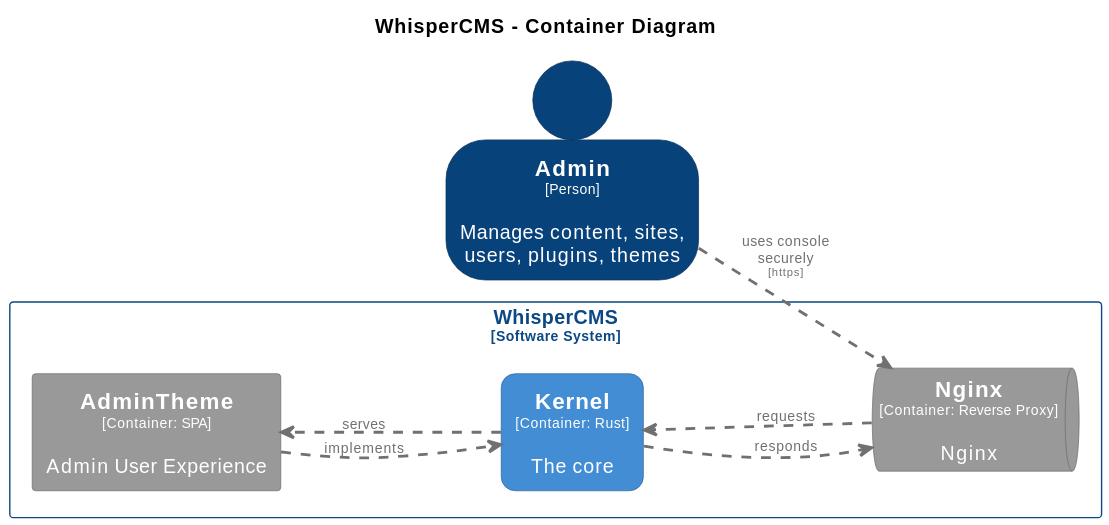
Above: docs/diagrams/structurizr-WhisperCMS-Containers.svg in CoderByBlood/whisper-cms (PlantUML), before the change.
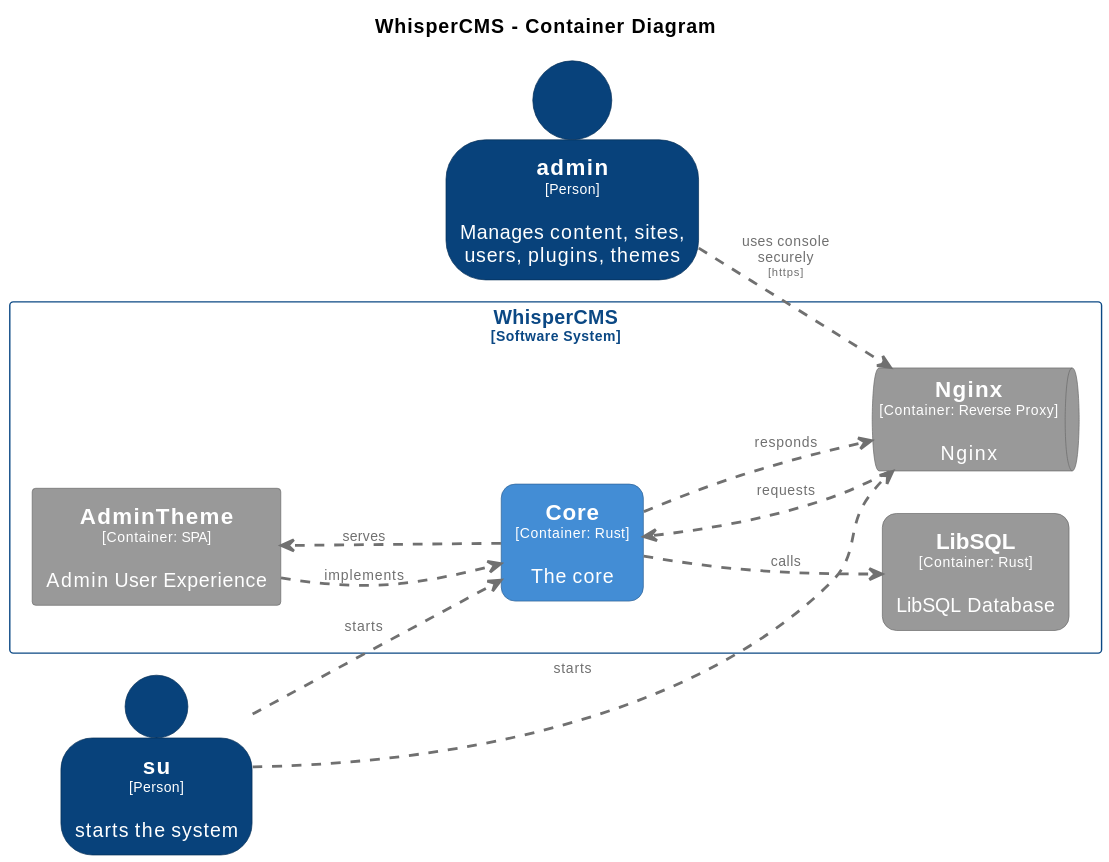
The same file after the commit.

What changed in the source:
```diff
@@ -15,22 +15,23 @@
 
 hide stereotype
 
-skinparam person<<Admin>> {
-  BackgroundColor #08427b
-  FontColor #ffffff
-  BorderColor #052e56
-  shadowing false
-}
 skinparam rectangle<<WhisperCMS.AdminTheme>> {
   BackgroundColor #999999
   FontColor #ffffff
   BorderColor #6b6b6b
   shadowing false
 }
-skinparam rectangle<<WhisperCMS.Kernel>> {
+skinparam rectangle<<WhisperCMS.Core>> {
   BackgroundColor #438dd5
   FontColor #ffffff
   BorderColor #2e6295
+  roundCorner 20
+  shadowing false
+}
+skinparam rectangle<<WhisperCMS.LibSQL>> {
+  BackgroundColor #999999
+  FontColor #ffffff
+  BorderColor #6b6b6b
   roundCorner 20
   shadowing false
 }
@@ -40,23 +41,40 @@
   BorderColor #6b6b6b
   shadowing false
 }
+skinparam person<<admin>> {
+  BackgroundColor #08427b
+  FontColor #ffffff
+  BorderColor #052e56
+  shadowing false
+}
+skinparam person<<su>> {
+  BackgroundColor #08427b
+  FontColor #ffffff
+  BorderColor #052e56
+  shadowing false
+}
 skinparam rectangle<<WhisperCMS>> {
   BorderColor #0b4884
   FontColor #0b4884
   shadowing false
 }
 
-person "==Admin\n<size:10>[Person]</size>\n\nManages content, sites, users, plugins, themes" <<Admin>> as Admin
+person "==admin\n<size:10>[Person]</size>\n\nManages content, sites, users, plugins, themes" <<admin>> as admin
+person "==su\n<size:10>[Person]</size>\n\nstarts the system" <<su>> as su
 
 rectangle "WhisperCMS\n<size:10>[Software System]</size>" <<WhisperCMS>> {
   rectangle "==AdminTheme\n<size:10>[Container: SPA]</size>\n\nAdmin User Experience" <<WhisperCMS.AdminTheme>> as WhisperCMS.AdminTheme
   queue "==Nginx\n<size:10>[Container: Reverse Proxy]</size>\n\nNginx" <<WhisperCMS.Nginx>> as WhisperCMS.Nginx
-  rectangle "==Kernel\n<size:10>[Container: Rust]</size>\n\nThe core" <<WhisperCMS.Kernel>> as WhisperCMS.Kernel
+  rectangle "==Core\n<size:10>[Container: Rust]</size>\n\nThe core" <<WhisperCMS.Core>> as WhisperCMS.Core
+  rectangle "==LibSQL\n<size:10>[Container: Rust]</size>\n\nLibSQL Database" <<WhisperCMS.LibSQL>> as WhisperCMS.LibSQL
 }
 
-WhisperCMS.AdminTheme .[#707070,thickness=2].> WhisperCMS.Kernel : "<color:#707070>implements"
-WhisperCMS.Kernel .[#707070,thickness=2].> WhisperCMS.AdminTheme : "<color:#707070>serves"
-Admin .[#707070,thickness=2].> WhisperCMS.Nginx : "<color:#707070>uses console securely\n<color:#707070><size:8>[https]</size>"
-WhisperCMS.Nginx .[#707070,thickness=2].> WhisperCMS.Kernel : "<color:#707070>requests"
-WhisperCMS.Kernel .[#707070,thickness=2].> WhisperCMS.Nginx : "<color:#707070>responds"
+su .[#707070,thickness=2].> WhisperCMS.Core : "<color:#707070>starts"
+WhisperCMS.AdminTheme .[#707070,thickness=2].> WhisperCMS.Core : "<color:#707070>implements"
+WhisperCMS.Core .[#707070,thickness=2].> WhisperCMS.AdminTheme : "<color:#707070>serves"
+su .[#707070,thickness=2].> WhisperCMS.Nginx : "<color:#707070>starts"
+admin .[#707070,thickness=2].> WhisperCMS.Nginx : "<color:#707070>uses console securely\n<color:#707070><size:8>[https]</size>"
+WhisperCMS.Nginx .[#707070,thickness=2].> WhisperCMS.Core : "<color:#707070>requests"
+WhisperCMS.Core .[#707070,thickness=2].> WhisperCMS.Nginx : "<color:#707070>responds"
+WhisperCMS.Core .[#707070,thickness=2].> WhisperCMS.LibSQL : "<color:#707070>calls"
 @enduml
```
